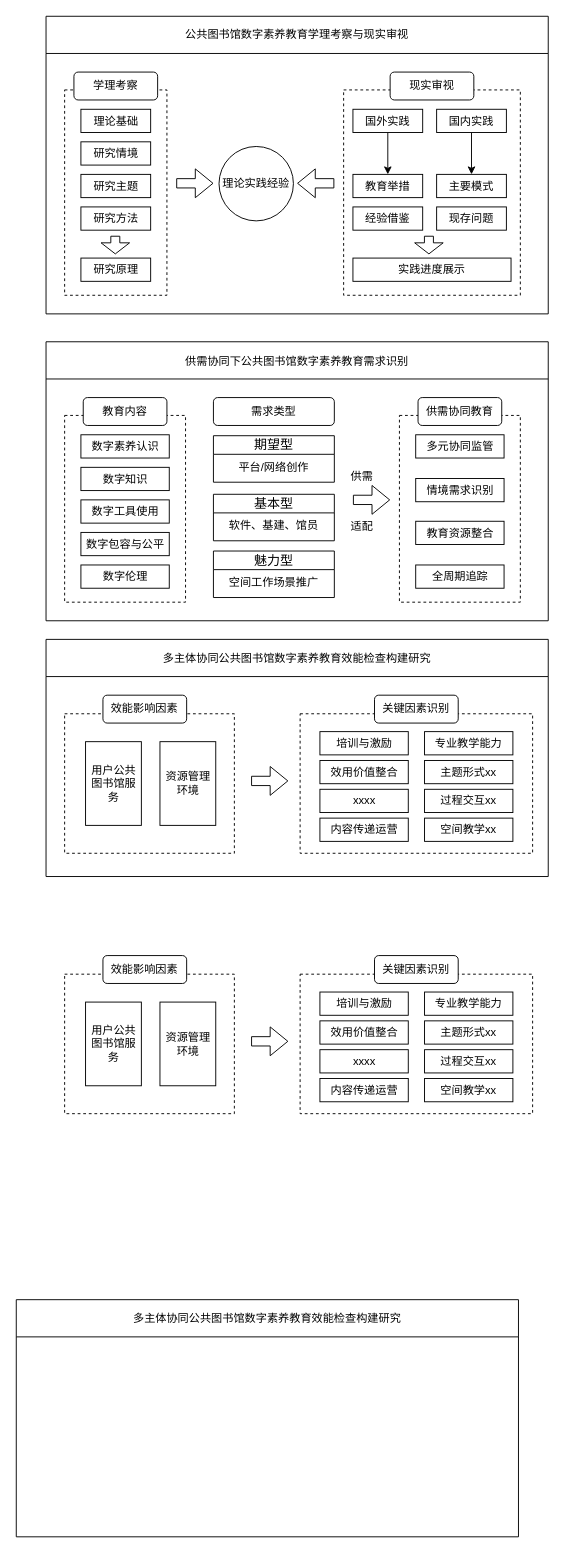
Above: 未命名绘图.drawio in zbassmt/drawio (draw.io), before the change. Source tidied: cells renumbered, new cells numbered last; positions are measured from the earlier drawing's top-left corner, leaving out a move shared by most shapes. Both pictures are drawn from the tidied source at 93%, with x=0, y=0 at pixel (16, 16).
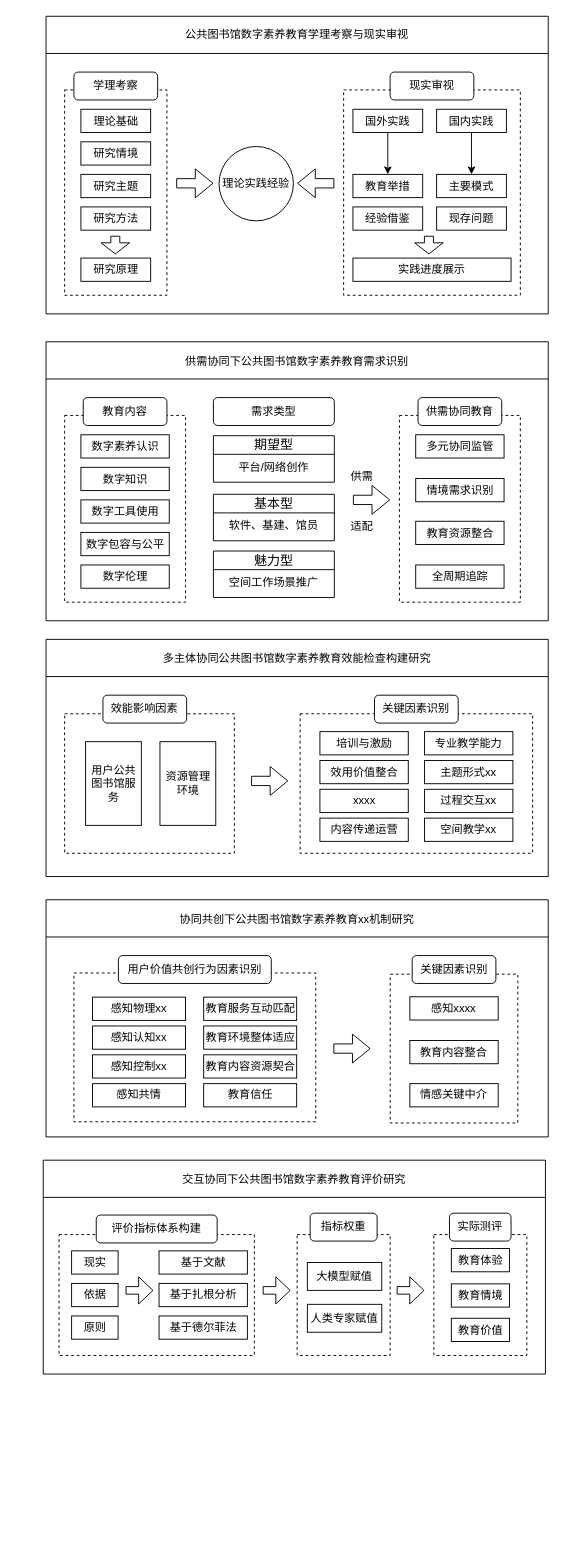
After the change.

Commit message (it also covers changes not shown here):
更新未命名绘图.drawio

What changed in the source:
```diff
@@
-    <mxCell id="83" style="group;" parent="1" vertex="1">
-      <mxGeometry x="305.2" y="1010" width="250" height="170" as="geometry" />
-    </mxCell>
+    <mxCell id="101" style="group;" parent="1" vertex="1">
+      <mxGeometry x="32" y="950" width="540" height="255" as="geometry" />
+    </mxCell>
+    <mxCell id="87" value="协同共创下公共图书馆数字素养教育xx机制研究" style="swimlane;fontStyle=0;horizontal=1;startSize=40;swimlaneFillColor=none;" parent="101" vertex="1">
+      <mxGeometry width="540" height="255" as="geometry" />
+    </mxCell>
+    <mxCell id="89" style="shape=flexArrow;endArrow=classic;html=1;rounded=0;" parent="101" edge="1">
+      <mxGeometry relative="1" as="geometry">
+        <mxPoint x="309" y="160" as="sourcePoint" />
+        <mxPoint x="349" y="160" as="targetPoint" />
+      </mxGeometry>
+    </mxCell>
+    <mxCell id="102" style="group;" parent="101" vertex="1">
+      <mxGeometry x="370.1" y="60" width="137.2" height="180" as="geometry" />
+    </mxCell>
-    <mxCell id="84" style="rounded=0;whiteSpace=wrap;html=1;dashed=1;fillColor=none;" parent="83" vertex="1">
-      <mxGeometry y="20" width="250" height="150" as="geometry" />
+    <mxCell id="84" style="rounded=0;whiteSpace=wrap;html=1;dashed=1;fillColor=none;" parent="102" vertex="1">
+      <mxGeometry y="20" width="137.2" height="160" as="geometry" />
     </mxCell>
-    <mxCell id="85" value="关键因素识别" style="rounded=1;whiteSpace=wrap;html=1;" parent="83" vertex="1">
-      <mxGeometry x="80" width="90" height="30" as="geometry" />
+    <mxCell id="85" value="关键因素识别" style="rounded=1;whiteSpace=wrap;html=1;" parent="102" vertex="1">
+      <mxGeometry x="23.6" width="90" height="30" as="geometry" />
     </mxCell>
-    <mxCell id="86" style="rounded=0;whiteSpace=wrap;html=1;dashed=1;fillColor=none;" parent="1" vertex="1">
-      <mxGeometry x="52" y="1030" width="182.5" height="150" as="geometry" />
-    </mxCell>
-    <mxCell id="87" value="多主体协同公共图书馆数字素养教育效能检查构建研究" style="swimlane;fontStyle=0;horizontal=1;startSize=40;swimlaneFillColor=none;" parent="1" vertex="1">
-      <mxGeometry y="1380" width="540" height="255" as="geometry" />
-    </mxCell>
-    <mxCell id="88" value="用户公共图书馆服务" style="rounded=0;whiteSpace=wrap;html=1;" parent="1" vertex="1">
-      <mxGeometry x="74.5" y="1060" width="60" height="90" as="geometry" />
-    </mxCell>
-    <mxCell id="89" style="shape=flexArrow;endArrow=classic;html=1;rounded=0;" parent="1" edge="1">
-      <mxGeometry relative="1" as="geometry">
-        <mxPoint x="252.5" y="1102.2" as="sourcePoint" />
-        <mxPoint x="292.5" y="1102.2" as="targetPoint" />
-      </mxGeometry>
-    </mxCell>
-    <mxCell id="90" value="效能影响因素" style="rounded=1;whiteSpace=wrap;html=1;" parent="1" vertex="1">
-      <mxGeometry x="93.2" y="1010" width="90" height="30" as="geometry" />
-    </mxCell>
-    <mxCell id="91" value="资源管理环境" style="rounded=0;whiteSpace=wrap;html=1;" parent="1" vertex="1">
-      <mxGeometry x="154.5" y="1060" width="60" height="90" as="geometry" />
-    </mxCell>
-    <mxCell id="92" style="group;" parent="1" vertex="1">
-      <mxGeometry x="326.5" y="1049.2" width="207.5" height="118" as="geometry" />
-    </mxCell>
-    <mxCell id="93" value="效用价值整合" style="rounded=0;whiteSpace=wrap;html=1;" parent="92" vertex="1">
-      <mxGeometry y="31" width="95" height="25" as="geometry" />
+    <mxCell id="93" value="教育内容整合" style="rounded=0;whiteSpace=wrap;html=1;flipV=0;legacyAnchorPoints=0;" parent="102" vertex="1">
+      <mxGeometry x="21.1" y="91.3" width="95" height="25" as="geometry" />
     </mxCell>
-    <mxCell id="94" value="内容传递运营" style="rounded=0;whiteSpace=wrap;html=1;" parent="92" vertex="1">
-      <mxGeometry y="93" width="95" height="25" as="geometry" />
+    <mxCell id="94" value="情感关键中介" style="rounded=0;whiteSpace=wrap;html=1;flipV=0;legacyAnchorPoints=0;" parent="102" vertex="1">
+      <mxGeometry x="21.1" y="137.7" width="95" height="25" as="geometry" />
     </mxCell>
-    <mxCell id="95" value="培训与激励" style="rounded=0;whiteSpace=wrap;html=1;" parent="92" vertex="1">
-      <mxGeometry width="95" height="25" as="geometry" />
+    <mxCell id="95" value="感知xxxx" style="rounded=0;whiteSpace=wrap;html=1;flipV=0;legacyAnchorPoints=0;" parent="102" vertex="1">
+      <mxGeometry x="21.1" y="44.3" width="95" height="25" as="geometry" />
     </mxCell>
-    <mxCell id="96" value="xxxx" style="rounded=0;whiteSpace=wrap;html=1;" parent="92" vertex="1">
-      <mxGeometry y="62" width="95" height="25" as="geometry" />
-    </mxCell>
-    <mxCell id="97" value="主题形式xx" style="rounded=0;whiteSpace=wrap;html=1;" parent="92" vertex="1">
-      <mxGeometry x="112.5" y="31" width="95" height="25" as="geometry" />
-    </mxCell>
-    <mxCell id="98" value="空间教学xx" style="rounded=0;whiteSpace=wrap;html=1;" parent="92" vertex="1">
-      <mxGeometry x="112.5" y="93" width="95" height="25" as="geometry" />
-    </mxCell>
-    <mxCell id="99" value="专业教学能力" style="rounded=0;whiteSpace=wrap;html=1;" parent="92" vertex="1">
-      <mxGeometry x="112.5" width="95" height="25" as="geometry" />
-    </mxCell>
-    <mxCell id="100" value="过程交互xx" style="rounded=0;whiteSpace=wrap;html=1;" parent="92" vertex="1">
-      <mxGeometry x="112.5" y="62" width="95" height="25" as="geometry" />
-    </mxCell>
+    <mxCell id="103" style="group;" parent="101" vertex="1">
+      <mxGeometry x="30" y="60" width="260" height="178.7" as="geometry" />
+    </mxCell>
+    <mxCell id="86" style="rounded=0;whiteSpace=wrap;html=1;dashed=1;fillColor=none;" parent="103" vertex="1">
+      <mxGeometry y="18.7" width="260" height="160" as="geometry" />
+    </mxCell>
+    <mxCell id="90" value="用户价值共创行为因素识别" style="rounded=1;whiteSpace=wrap;html=1;" parent="103" vertex="1">
+      <mxGeometry x="47.8" width="164.4" height="30" as="geometry" />
+    </mxCell>
+    <mxCell id="104" value="感知认知xx" style="rounded=0;whiteSpace=wrap;html=1;" parent="103" vertex="1">
+      <mxGeometry x="20" y="75.7" width="100" height="25" as="geometry" />
+    </mxCell>
+    <mxCell id="105" value="感知共情" style="rounded=0;whiteSpace=wrap;html=1;" parent="103" vertex="1">
+      <mxGeometry x="20" y="137.7" width="100" height="25" as="geometry" />
+    </mxCell>
+    <mxCell id="106" value="感知物理xx" style="rounded=0;whiteSpace=wrap;html=1;" parent="103" vertex="1">
+      <mxGeometry x="20" y="44.7" width="100" height="25" as="geometry" />
+    </mxCell>
+    <mxCell id="107" value="感知控制xx" style="rounded=0;whiteSpace=wrap;html=1;" parent="103" vertex="1">
+      <mxGeometry x="20" y="106.7" width="100" height="25" as="geometry" />
+    </mxCell>
+    <mxCell id="108" value="教育环境整体适应" style="rounded=0;whiteSpace=wrap;html=1;" parent="103" vertex="1">
+      <mxGeometry x="139.5" y="75.7" width="100" height="25" as="geometry" />
+    </mxCell>
+    <mxCell id="109" value="教育信任" style="rounded=0;whiteSpace=wrap;html=1;" parent="103" vertex="1">
+      <mxGeometry x="139.5" y="137.7" width="100" height="25" as="geometry" />
+    </mxCell>
+    <mxCell id="110" value="教育服务互动匹配" style="rounded=0;whiteSpace=wrap;html=1;" parent="103" vertex="1">
+      <mxGeometry x="139.5" y="44.7" width="100" height="25" as="geometry" />
+    </mxCell>
+    <mxCell id="111" value="教育内容资源契合" style="rounded=0;whiteSpace=wrap;html=1;" parent="103" vertex="1">
+      <mxGeometry x="139.5" y="106.7" width="100" height="25" as="geometry" />
+    </mxCell>
+    <mxCell id="112" style="group;" parent="1" vertex="1">
+      <mxGeometry x="29" y="1230" width="540" height="230" as="geometry" />
+    </mxCell>
+    <mxCell id="113" style="rounded=0;whiteSpace=wrap;html=1;fillColor=none;dashed=1;" parent="112" vertex="1">
+      <mxGeometry x="273" y="80" width="100" height="130" as="geometry" />
+    </mxCell>
+    <mxCell id="114" value="交互协同下公共图书馆数字素养教育评价研究" style="swimlane;fontStyle=0;horizontal=1;startSize=40;swimlaneFillColor=none;" parent="112" vertex="1">
+      <mxGeometry width="540" height="230" as="geometry" />
+    </mxCell>
+    <mxCell id="115" value="大模型赋值" style="rounded=0;whiteSpace=wrap;html=1;" parent="112" vertex="1">
+      <mxGeometry x="284" y="110" width="80" height="30" as="geometry" />
+    </mxCell>
+    <mxCell id="116" value="人类专家赋值" style="rounded=0;whiteSpace=wrap;html=1;" parent="112" vertex="1">
+      <mxGeometry x="284" y="155" width="80" height="30" as="geometry" />
+    </mxCell>
+    <mxCell id="117" style="rounded=0;whiteSpace=wrap;html=1;dashed=1;fillColor=none;" parent="112" vertex="1">
+      <mxGeometry x="420" y="80" width="100" height="130" as="geometry" />
+    </mxCell>
+    <mxCell id="118" value="教育情境" style="rounded=0;whiteSpace=wrap;html=1;flipV=1;legacyAnchorPoints=0;" parent="112" vertex="1">
+      <mxGeometry x="438.8" y="133" width="62.5" height="25" as="geometry" />
+    </mxCell>
+    <mxCell id="119" value="教育体验" style="rounded=0;whiteSpace=wrap;html=1;flipV=1;legacyAnchorPoints=0;" parent="112" vertex="1">
+      <mxGeometry x="438.8" y="95" width="62.5" height="25" as="geometry" />
+    </mxCell>
+    <mxCell id="120" value="指标权重" style="rounded=1;whiteSpace=wrap;html=1;" parent="112" vertex="1">
+      <mxGeometry x="287" y="57" width="72" height="30" as="geometry" />
+    </mxCell>
+    <mxCell id="121" value="教育价值" style="rounded=0;whiteSpace=wrap;html=1;flipV=1;legacyAnchorPoints=0;" parent="112" vertex="1">
+      <mxGeometry x="438.8" y="170" width="62.5" height="25" as="geometry" />
+    </mxCell>
+    <mxCell id="122" value="实际测评" style="rounded=1;whiteSpace=wrap;html=1;" parent="112" vertex="1">
+      <mxGeometry x="436.8" y="57" width="66.2" height="30" as="geometry" />
+    </mxCell>
+    <mxCell id="123" style="shape=flexArrow;endArrow=classic;html=1;rounded=0;width=8.095238095238095;endSize=4.8;" parent="112" edge="1">
+      <mxGeometry relative="1" as="geometry">
+        <mxPoint x="236" y="140" as="sourcePoint" />
+        <mxPoint x="266" y="140" as="targetPoint" />
+      </mxGeometry>
+    </mxCell>
+    <mxCell id="124" style="shape=flexArrow;endArrow=classic;html=1;rounded=0;width=8.095238095238095;endSize=4.8;" parent="112" edge="1">
+      <mxGeometry relative="1" as="geometry">
+        <mxPoint x="380" y="140" as="sourcePoint" />
+        <mxPoint x="410" y="140" as="targetPoint" />
+      </mxGeometry>
+    </mxCell>
+    <mxCell id="125" style="rounded=0;whiteSpace=wrap;html=1;fillColor=none;dashed=1;" parent="112" vertex="1">
+      <mxGeometry x="17" y="80" width="210" height="130" as="geometry" />
+    </mxCell>
+    <mxCell id="126" value="评价指标体系构建" style="rounded=1;whiteSpace=wrap;html=1;" parent="112" vertex="1">
+      <mxGeometry x="57" y="59" width="130" height="30" as="geometry" />
+    </mxCell>
+    <mxCell id="127" value="依据" style="rounded=0;whiteSpace=wrap;html=1;" parent="112" vertex="1">
+      <mxGeometry x="30.5" y="132.5" width="50" height="25" as="geometry" />
+    </mxCell>
+    <mxCell id="128" value="原则" style="rounded=0;whiteSpace=wrap;html=1;" parent="112" vertex="1">
+      <mxGeometry x="30.5" y="167.5" width="50" height="25" as="geometry" />
+    </mxCell>
+    <mxCell id="129" value="基于文献" style="rounded=0;whiteSpace=wrap;html=1;" parent="112" vertex="1">
+      <mxGeometry x="124.5" y="97.5" width="95" height="25" as="geometry" />
+    </mxCell>
+    <mxCell id="130" value="现实" style="rounded=0;whiteSpace=wrap;html=1;" parent="112" vertex="1">
+      <mxGeometry x="30.5" y="97.5" width="50" height="25" as="geometry" />
+    </mxCell>
+    <mxCell id="131" value="基于扎根分析" style="rounded=0;whiteSpace=wrap;html=1;" parent="112" vertex="1">
+      <mxGeometry x="124.5" y="132.5" width="95" height="25" as="geometry" />
+    </mxCell>
+    <mxCell id="132" value="基于德尔菲法" style="rounded=0;whiteSpace=wrap;html=1;" parent="112" vertex="1">
+      <mxGeometry x="124.5" y="167.5" width="95" height="25" as="geometry" />
+    </mxCell>
+    <mxCell id="133" style="shape=flexArrow;endArrow=classic;html=1;rounded=0;width=8.095238095238095;endSize=4.8;" parent="112" edge="1">
+      <mxGeometry relative="1" as="geometry">
+        <mxPoint x="88.5" y="140" as="sourcePoint" />
+        <mxPoint x="118.5" y="140" as="targetPoint" />
+      </mxGeometry>
+    </mxCell>
```
